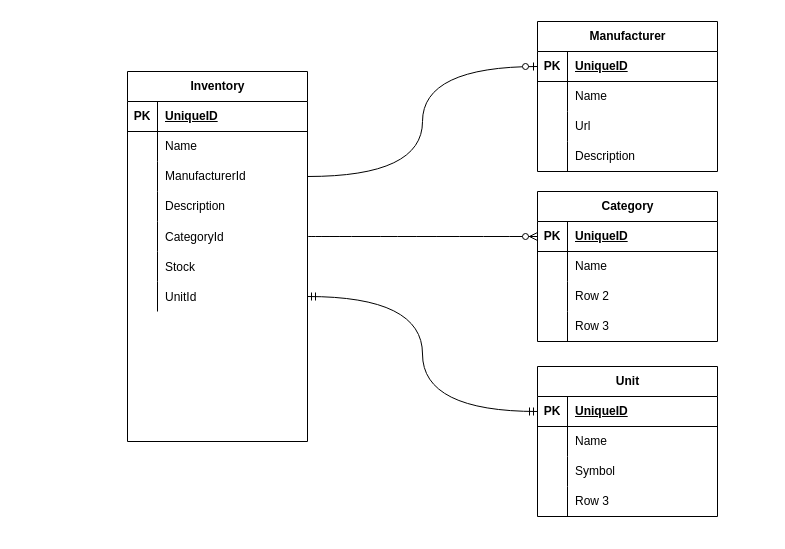
100prznt/DrawIo keeps this draw.io diagram as InvMng.drawio. Above is the earlier version. Source tidied: cells renumbered, new cells numbered last; positions are measured from the earlier drawing's top-left corner, leaving out a move shared by most shapes. Both pictures are drawn from the tidied source at 100%, with x=0, y=0 at pixel (127, 21).
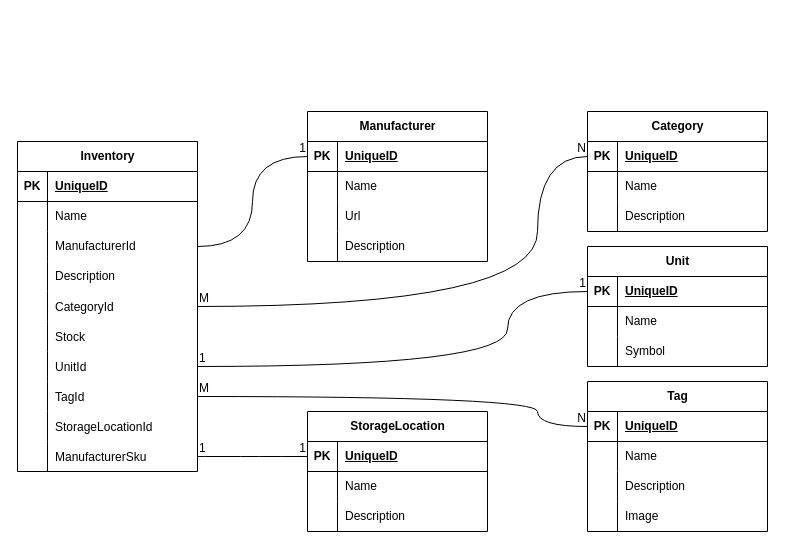
The same diagram, later.

Unchanged cells that the change refers to:
```xml
<mxCell id="9" style="shape=tableRow;horizontal=0;startSize=0;swimlaneHead=0;swimlaneBody=0;fillColor=none;points=[[0,0.5],[1,0.5]];portConstraint=eastwest;top=0;left=0;right=0;bottom=0;" parent="2" vertex="1">
  <mxGeometry y="90" width="180" height="30" as="geometry" />
</mxCell>
<mxCell id="15" style="shape=tableRow;horizontal=0;startSize=0;swimlaneHead=0;swimlaneBody=0;fillColor=none;points=[[0,0.5],[1,0.5]];portConstraint=eastwest;top=0;left=0;right=0;bottom=0;" parent="2" vertex="1">
  <mxGeometry y="150" width="180" height="30" as="geometry" />
</mxCell>
<mxCell id="21" style="shape=tableRow;horizontal=0;startSize=0;swimlaneHead=0;swimlaneBody=0;fillColor=none;points=[[0,0.5],[1,0.5]];portConstraint=eastwest;top=0;left=0;right=0;bottom=0;" parent="2" vertex="1">
  <mxGeometry y="210" width="180" height="30" as="geometry" />
</mxCell>
<mxCell id="25" style="shape=tableRow;horizontal=0;startSize=0;swimlaneHead=0;swimlaneBody=0;fillColor=none;points=[[0,0.5],[1,0.5]];portConstraint=eastwest;top=0;left=0;right=0;bottom=1;" parent="24" vertex="1">
  <mxGeometry y="30" width="180" height="30" as="geometry" />
</mxCell>
<mxCell id="39" style="shape=tableRow;horizontal=0;startSize=0;swimlaneHead=0;swimlaneBody=0;fillColor=none;points=[[0,0.5],[1,0.5]];portConstraint=eastwest;top=0;left=0;right=0;bottom=1;" parent="38" vertex="1">
  <mxGeometry y="30" width="180" height="30" as="geometry" />
</mxCell>
<mxCell id="45" style="shape=tableRow;horizontal=0;startSize=0;swimlaneHead=0;swimlaneBody=0;fillColor=none;top=0;left=0;right=0;bottom=0;" parent="38" vertex="1">
  <mxGeometry y="90" width="180" height="30" as="geometry" />
</mxCell>
<mxCell id="53" style="shape=tableRow;horizontal=0;startSize=0;swimlaneHead=0;swimlaneBody=0;fillColor=none;points=[[0,0.5],[1,0.5]];portConstraint=eastwest;top=0;left=0;right=0;bottom=1;" parent="52" vertex="1">
  <mxGeometry y="30" width="180" height="30" as="geometry" />
</mxCell>
```

What changed in the source:
```diff
@@
     <mxCell id="2" value="&lt;p&gt;&lt;b&gt;Inventory&lt;/b&gt;&lt;/p&gt;" style="shape=table;startSize=30;childLayout=tableLayout;rowLines=0;fontStyle=1;align=center;html=1;" parent="1" vertex="1">
-      <mxGeometry y="50" width="180" height="370" as="geometry" />
+      <mxGeometry x="-110" y="120" width="180" height="330" as="geometry" />
     </mxCell>
@@
+    <mxCell id="66" style="shape=tableRow;horizontal=0;startSize=0;swimlaneHead=0;swimlaneBody=0;fillColor=none;points=[[0,0.5],[1,0.5]];portConstraint=eastwest;top=0;left=0;right=0;bottom=0;" parent="2" vertex="1">
+      <mxGeometry y="240" width="180" height="30" as="geometry" />
+    </mxCell>
+    <mxCell id="67" style="shape=partialRectangle;fillColor=none;top=0;left=0;bottom=0;right=0;overflow=hidden;" parent="66" vertex="1">
+      <mxGeometry width="30" height="30" as="geometry" />
+    </mxCell>
+    <mxCell id="68" value="TagId" style="shape=partialRectangle;fillColor=none;top=0;left=0;bottom=0;right=0;align=left;spacingLeft=6;overflow=hidden;" parent="66" vertex="1">
+      <mxGeometry x="30" width="150" height="30" as="geometry" />
+    </mxCell>
+    <mxCell id="69" style="shape=tableRow;horizontal=0;startSize=0;swimlaneHead=0;swimlaneBody=0;fillColor=none;top=0;left=0;right=0;bottom=0;" parent="2" vertex="1">
+      <mxGeometry y="270" width="180" height="30" as="geometry" />
+    </mxCell>
+    <mxCell id="70" style="shape=partialRectangle;fillColor=none;top=0;left=0;bottom=0;right=0;overflow=hidden;" parent="69" vertex="1">
+      <mxGeometry width="30" height="30" as="geometry" />
+    </mxCell>
+    <mxCell id="71" value="StorageLocationId" style="shape=partialRectangle;fillColor=none;top=0;left=0;bottom=0;right=0;align=left;spacingLeft=6;overflow=hidden;" parent="69" vertex="1">
+      <mxGeometry x="30" width="150" height="30" as="geometry" />
+    </mxCell>
+    <mxCell id="72" style="shape=tableRow;horizontal=0;startSize=0;swimlaneHead=0;swimlaneBody=0;fillColor=none;points=[[0,0.5],[1,0.5]];portConstraint=eastwest;top=0;left=0;right=0;bottom=0;" parent="2" vertex="1">
+      <mxGeometry y="300" width="180" height="30" as="geometry" />
+    </mxCell>
+    <mxCell id="73" style="shape=partialRectangle;fillColor=none;top=0;left=0;bottom=0;right=0;overflow=hidden;" parent="72" vertex="1">
+      <mxGeometry width="30" height="30" as="geometry" />
+    </mxCell>
+    <mxCell id="74" value="ManufacturerSku" style="shape=partialRectangle;fillColor=none;top=0;left=0;bottom=0;right=0;align=left;spacingLeft=6;overflow=hidden;" parent="72" vertex="1">
+      <mxGeometry x="30" width="150" height="30" as="geometry" />
+    </mxCell>
     <mxCell id="24" value="&lt;p&gt;&lt;b&gt;Manufacturer&lt;/b&gt;&lt;/p&gt;" style="shape=table;startSize=30;childLayout=tableLayout;rowLines=0;fontStyle=1;align=center;html=1;" parent="1" vertex="1">
-      <mxGeometry x="410" width="180" height="150" as="geometry" />
+      <mxGeometry x="180" y="90" width="180" height="150" as="geometry" />
     </mxCell>
@@
-    <mxCell id="37" style="edgeStyle=orthogonalEdgeStyle;fontSize=12;html=1;endArrow=ERzeroToOne;endFill=1;rounded=0;curved=1;" parent="1" edge="1" source="9" target="25">
-      <mxGeometry relative="1" as="geometry" />
-    </mxCell>
     <mxCell id="38" value="Category" style="shape=table;startSize=30;childLayout=tableLayout;rowLines=0;fontStyle=1;align=center;html=1;" parent="1" vertex="1">
-      <mxGeometry x="410" y="170" width="180" height="150" as="geometry" />
+      <mxGeometry x="460" y="90" width="180" height="120" as="geometry" />
     </mxCell>
@@
-    <mxCell id="47" value="Row 2" style="shape=partialRectangle;fillColor=none;top=0;left=0;bottom=0;right=0;align=left;spacingLeft=6;overflow=hidden;whiteSpace=wrap;html=1;" parent="45" vertex="1">
+    <mxCell id="47" value="Description" style="shape=partialRectangle;fillColor=none;top=0;left=0;bottom=0;right=0;align=left;spacingLeft=6;overflow=hidden;whiteSpace=wrap;html=1;" parent="45" vertex="1">
       <mxGeometry x="30" width="150" height="30" as="geometry" />
     </mxCell>
-    <mxCell id="48" style="shape=tableRow;horizontal=0;startSize=0;swimlaneHead=0;swimlaneBody=0;fillColor=none;top=0;left=0;right=0;bottom=0;" parent="38" vertex="1">
-      <mxGeometry y="120" width="180" height="30" as="geometry" />
-    </mxCell>
-    <mxCell id="49" style="shape=partialRectangle;fillColor=none;top=0;left=0;bottom=0;right=0;overflow=hidden;whiteSpace=wrap;html=1;" parent="48" vertex="1">
-      <mxGeometry width="30" height="30" as="geometry" />
-    </mxCell>
-    <mxCell id="50" value="Row 3" style="shape=partialRectangle;fillColor=none;top=0;left=0;bottom=0;right=0;align=left;spacingLeft=6;overflow=hidden;whiteSpace=wrap;html=1;" parent="48" vertex="1">
-      <mxGeometry x="30" width="150" height="30" as="geometry" />
-    </mxCell>
-    <mxCell id="51" style="edgeStyle=orthogonalEdgeStyle;fontSize=12;html=1;endArrow=ERzeroToMany;endFill=1;rounded=0;exitX=1;exitY=0.5;exitDx=0;exitDy=0;entryX=0;entryY=0.5;entryDx=0;entryDy=0;curved=1;" parent="1" edge="1" source="15" target="39">
-      <mxGeometry relative="1" as="geometry" />
-    </mxCell>
     <mxCell id="52" value="Unit" style="shape=table;startSize=30;childLayout=tableLayout;rowLines=0;fontStyle=1;align=center;html=1;" parent="1" vertex="1">
-      <mxGeometry x="410" y="345" width="180" height="150" as="geometry" />
+      <mxGeometry x="460" y="225" width="180" height="120" as="geometry" />
     </mxCell>
@@
-    <mxCell id="62" style="shape=tableRow;horizontal=0;startSize=0;swimlaneHead=0;swimlaneBody=0;fillColor=none;top=0;left=0;right=0;bottom=0;" parent="52" vertex="1">
-      <mxGeometry y="120" width="180" height="30" as="geometry" />
-    </mxCell>
-    <mxCell id="63" style="shape=partialRectangle;fillColor=none;top=0;left=0;bottom=0;right=0;overflow=hidden;whiteSpace=wrap;html=1;" parent="62" vertex="1">
-      <mxGeometry width="30" height="30" as="geometry" />
-    </mxCell>
-    <mxCell id="64" value="Row 3" style="shape=partialRectangle;fillColor=none;top=0;left=0;bottom=0;right=0;align=left;spacingLeft=6;overflow=hidden;whiteSpace=wrap;html=1;" parent="62" vertex="1">
-      <mxGeometry x="30" width="150" height="30" as="geometry" />
-    </mxCell>
+    <mxCell id="75" value="Tag" style="shape=table;startSize=30;childLayout=tableLayout;rowLines=0;fontStyle=1;align=center;html=1;" parent="1" vertex="1">
+      <mxGeometry x="460" y="360" width="180" height="150" as="geometry" />
+    </mxCell>
+    <mxCell id="76" style="shape=tableRow;horizontal=0;startSize=0;swimlaneHead=0;swimlaneBody=0;fillColor=none;points=[[0,0.5],[1,0.5]];portConstraint=eastwest;top=0;left=0;right=0;bottom=1;" parent="75" vertex="1">
+      <mxGeometry y="30" width="180" height="30" as="geometry" />
+    </mxCell>
+    <mxCell id="77" value="PK" style="shape=partialRectangle;fillColor=none;top=0;left=0;bottom=0;right=0;fontStyle=1;overflow=hidden;whiteSpace=wrap;html=1;" parent="76" vertex="1">
+      <mxGeometry width="30" height="30" as="geometry" />
+    </mxCell>
+    <mxCell id="78" value="UniqueID" style="shape=partialRectangle;fillColor=none;top=0;left=0;bottom=0;right=0;align=left;spacingLeft=6;fontStyle=5;overflow=hidden;whiteSpace=wrap;html=1;" parent="76" vertex="1">
+      <mxGeometry x="30" width="150" height="30" as="geometry" />
+    </mxCell>
+    <mxCell id="79" style="shape=tableRow;horizontal=0;startSize=0;swimlaneHead=0;swimlaneBody=0;fillColor=none;top=0;left=0;right=0;bottom=0;" parent="75" vertex="1">
+      <mxGeometry y="60" width="180" height="30" as="geometry" />
+    </mxCell>
+    <mxCell id="80" style="shape=partialRectangle;fillColor=none;top=0;left=0;bottom=0;right=0;overflow=hidden;whiteSpace=wrap;html=1;" parent="79" vertex="1">
+      <mxGeometry width="30" height="30" as="geometry" />
+    </mxCell>
+    <mxCell id="81" value="Name" style="shape=partialRectangle;fillColor=none;top=0;left=0;bottom=0;right=0;align=left;spacingLeft=6;overflow=hidden;whiteSpace=wrap;html=1;" parent="79" vertex="1">
+      <mxGeometry x="30" width="150" height="30" as="geometry" />
+    </mxCell>
+    <mxCell id="82" style="shape=tableRow;horizontal=0;startSize=0;swimlaneHead=0;swimlaneBody=0;fillColor=none;top=0;left=0;right=0;bottom=0;" parent="75" vertex="1">
+      <mxGeometry y="90" width="180" height="30" as="geometry" />
+    </mxCell>
+    <mxCell id="83" style="shape=partialRectangle;fillColor=none;top=0;left=0;bottom=0;right=0;overflow=hidden;whiteSpace=wrap;html=1;" parent="82" vertex="1">
+      <mxGeometry width="30" height="30" as="geometry" />
+    </mxCell>
+    <mxCell id="84" value="Description" style="shape=partialRectangle;fillColor=none;top=0;left=0;bottom=0;right=0;align=left;spacingLeft=6;overflow=hidden;whiteSpace=wrap;html=1;" parent="82" vertex="1">
+      <mxGeometry x="30" width="150" height="30" as="geometry" />
+    </mxCell>
+    <mxCell id="85" style="shape=tableRow;horizontal=0;startSize=0;swimlaneHead=0;swimlaneBody=0;fillColor=none;top=0;left=0;right=0;bottom=0;" parent="75" vertex="1">
+      <mxGeometry y="120" width="180" height="30" as="geometry" />
+    </mxCell>
+    <mxCell id="86" style="shape=partialRectangle;fillColor=none;top=0;left=0;bottom=0;right=0;overflow=hidden;whiteSpace=wrap;html=1;" parent="85" vertex="1">
+      <mxGeometry width="30" height="30" as="geometry" />
+    </mxCell>
+    <mxCell id="87" value="Image" style="shape=partialRectangle;fillColor=none;top=0;left=0;bottom=0;right=0;align=left;spacingLeft=6;overflow=hidden;whiteSpace=wrap;html=1;" parent="85" vertex="1">
+      <mxGeometry x="30" width="150" height="30" as="geometry" />
+    </mxCell>
-    <mxCell id="65" style="edgeStyle=orthogonalEdgeStyle;fontSize=12;html=1;endArrow=ERmandOne;startArrow=ERmandOne;rounded=0;entryX=0;entryY=0.5;entryDx=0;entryDy=0;exitX=1;exitY=0.5;exitDx=0;exitDy=0;curved=1;" parent="1" edge="1" source="21" target="53">
-      <mxGeometry relative="1" as="geometry" />
+    <mxCell id="65" style="endArrow=none;html=1;rounded=0;edgeStyle=orthogonalEdgeStyle;curved=1;entryX=0;entryY=0.5;entryDx=0;entryDy=0;" parent="1" edge="1" source="21" target="53">
+      <mxGeometry relative="1" as="geometry">
+        <Array as="points">
+          <mxPoint x="380" y="345" />
+          <mxPoint x="380" y="270" />
+        </Array>
+      </mxGeometry>
     </mxCell>
+    <mxCell id="88" value="1" style="html=1;whiteSpace=wrap;align=left;verticalAlign=bottom;" parent="65" vertex="1">
+      <mxGeometry x="-1" relative="1" as="geometry" />
+    </mxCell>
+    <mxCell id="89" value="1" style="html=1;whiteSpace=wrap;align=right;verticalAlign=bottom;" parent="65" vertex="1">
+      <mxGeometry x="1" relative="1" as="geometry" />
+    </mxCell>
+    <mxCell id="90" style="endArrow=none;html=1;rounded=0;edgeStyle=orthogonalEdgeStyle;curved=1;exitX=1;exitY=0.5;exitDx=0;exitDy=0;entryX=0;entryY=0.5;entryDx=0;entryDy=0;" parent="1" edge="1" source="72" target="98">
+      <mxGeometry relative="1" as="geometry" />
+    </mxCell>
+    <mxCell id="91" value="1" style="html=1;whiteSpace=wrap;align=left;verticalAlign=bottom;" parent="90" vertex="1">
+      <mxGeometry x="-1" relative="1" as="geometry" />
+    </mxCell>
+    <mxCell id="92" value="1" style="html=1;whiteSpace=wrap;align=right;verticalAlign=bottom;" parent="90" vertex="1">
+      <mxGeometry x="1" relative="1" as="geometry" />
+    </mxCell>
+    <mxCell id="93" style="endArrow=none;html=1;rounded=0;exitX=1;exitY=0.5;exitDx=0;exitDy=0;edgeStyle=orthogonalEdgeStyle;curved=1;entryX=0;entryY=0.5;entryDx=0;entryDy=0;" parent="1" edge="1" source="66" target="76">
+      <mxGeometry relative="1" as="geometry">
+        <Array as="points">
+          <mxPoint x="410" y="375" />
+          <mxPoint x="410" y="405" />
+        </Array>
+      </mxGeometry>
+    </mxCell>
+    <mxCell id="94" value="M" style="html=1;whiteSpace=wrap;align=left;verticalAlign=bottom;" parent="93" vertex="1">
+      <mxGeometry x="-1" relative="1" as="geometry" />
+    </mxCell>
+    <mxCell id="95" value="N" style="html=1;whiteSpace=wrap;align=right;verticalAlign=bottom;" parent="93" vertex="1">
+      <mxGeometry x="1" relative="1" as="geometry" />
+    </mxCell>
+    <mxCell id="37" style="endArrow=none;html=1;rounded=0;edgeStyle=orthogonalEdgeStyle;curved=1;entryX=0;entryY=0.5;entryDx=0;entryDy=0;exitX=1;exitY=0.5;exitDx=0;exitDy=0;" parent="1" edge="1" source="9" target="25">
+      <mxGeometry relative="1" as="geometry" />
+    </mxCell>
+    <mxCell id="96" value="1" style="html=1;whiteSpace=wrap;align=right;verticalAlign=bottom;" parent="37" vertex="1">
+      <mxGeometry x="1" relative="1" as="geometry" />
+    </mxCell>
+    <mxCell id="97" value="StorageLocation" style="shape=table;startSize=30;childLayout=tableLayout;rowLines=0;fontStyle=1;align=center;html=1;" parent="1" vertex="1">
+      <mxGeometry x="180" y="390" width="180" height="120" as="geometry" />
+    </mxCell>
+    <mxCell id="98" style="shape=tableRow;horizontal=0;startSize=0;swimlaneHead=0;swimlaneBody=0;fillColor=none;points=[[0,0.5],[1,0.5]];portConstraint=eastwest;top=0;left=0;right=0;bottom=1;" parent="97" vertex="1">
+      <mxGeometry y="30" width="180" height="30" as="geometry" />
+    </mxCell>
+    <mxCell id="99" value="PK" style="shape=partialRectangle;fillColor=none;top=0;left=0;bottom=0;right=0;fontStyle=1;overflow=hidden;whiteSpace=wrap;html=1;" parent="98" vertex="1">
+      <mxGeometry width="30" height="30" as="geometry" />
+    </mxCell>
+    <mxCell id="100" value="UniqueID" style="shape=partialRectangle;fillColor=none;top=0;left=0;bottom=0;right=0;align=left;spacingLeft=6;fontStyle=5;overflow=hidden;whiteSpace=wrap;html=1;" parent="98" vertex="1">
+      <mxGeometry x="30" width="150" height="30" as="geometry" />
+    </mxCell>
+    <mxCell id="101" style="shape=tableRow;horizontal=0;startSize=0;swimlaneHead=0;swimlaneBody=0;fillColor=none;top=0;left=0;right=0;bottom=0;" parent="97" vertex="1">
+      <mxGeometry y="60" width="180" height="30" as="geometry" />
+    </mxCell>
+    <mxCell id="102" style="shape=partialRectangle;fillColor=none;top=0;left=0;bottom=0;right=0;overflow=hidden;whiteSpace=wrap;html=1;" parent="101" vertex="1">
+      <mxGeometry width="30" height="30" as="geometry" />
+    </mxCell>
+    <mxCell id="103" value="Name" style="shape=partialRectangle;fillColor=none;top=0;left=0;bottom=0;right=0;align=left;spacingLeft=6;overflow=hidden;whiteSpace=wrap;html=1;" parent="101" vertex="1">
+      <mxGeometry x="30" width="150" height="30" as="geometry" />
+    </mxCell>
+    <mxCell id="104" style="shape=tableRow;horizontal=0;startSize=0;swimlaneHead=0;swimlaneBody=0;fillColor=none;top=0;left=0;right=0;bottom=0;" parent="97" vertex="1">
+      <mxGeometry y="90" width="180" height="30" as="geometry" />
+    </mxCell>
+    <mxCell id="105" style="shape=partialRectangle;fillColor=none;top=0;left=0;bottom=0;right=0;overflow=hidden;whiteSpace=wrap;html=1;" parent="104" vertex="1">
+      <mxGeometry width="30" height="30" as="geometry" />
+    </mxCell>
+    <mxCell id="106" value="Description" style="shape=partialRectangle;fillColor=none;top=0;left=0;bottom=0;right=0;align=left;spacingLeft=6;overflow=hidden;whiteSpace=wrap;html=1;" parent="104" vertex="1">
+      <mxGeometry x="30" width="150" height="30" as="geometry" />
+    </mxCell>
+    <mxCell id="51" style="endArrow=none;html=1;rounded=0;exitX=1;exitY=0.5;exitDx=0;exitDy=0;edgeStyle=orthogonalEdgeStyle;curved=1;entryX=0;entryY=0.5;entryDx=0;entryDy=0;" parent="1" edge="1" source="15" target="39">
+      <mxGeometry relative="1" as="geometry">
+        <Array as="points">
+          <mxPoint x="410" y="285" />
+          <mxPoint x="410" y="135" />
+        </Array>
+      </mxGeometry>
+    </mxCell>
+    <mxCell id="107" value="M" style="html=1;whiteSpace=wrap;align=left;verticalAlign=bottom;" parent="51" vertex="1">
+      <mxGeometry x="-1" relative="1" as="geometry" />
+    </mxCell>
+    <mxCell id="108" value="N" style="html=1;whiteSpace=wrap;align=right;verticalAlign=bottom;" parent="51" vertex="1">
+      <mxGeometry x="1" relative="1" as="geometry" />
+    </mxCell>
```
